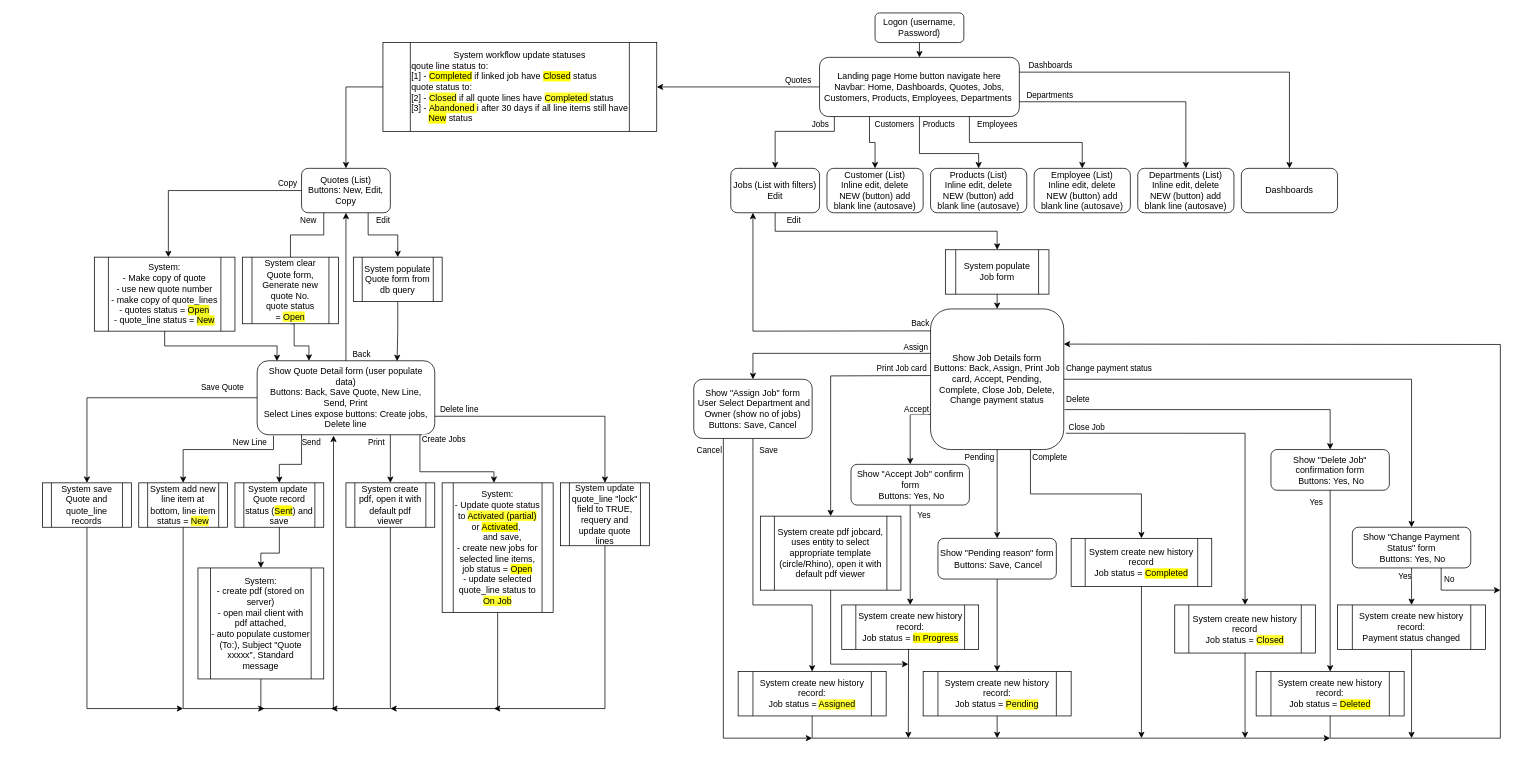
The draw.io diagram design spec/workflow.drawio in prinsloo-dev/Circle-Rhino, before the edit. Source tidied: cells renumbered, new cells numbered last; positions are measured from the earlier drawing's top-left corner, leaving out a move shared by most shapes. Both pictures are drawn from the tidied source at 74%, with x=0, y=0 at pixel (42, 13).
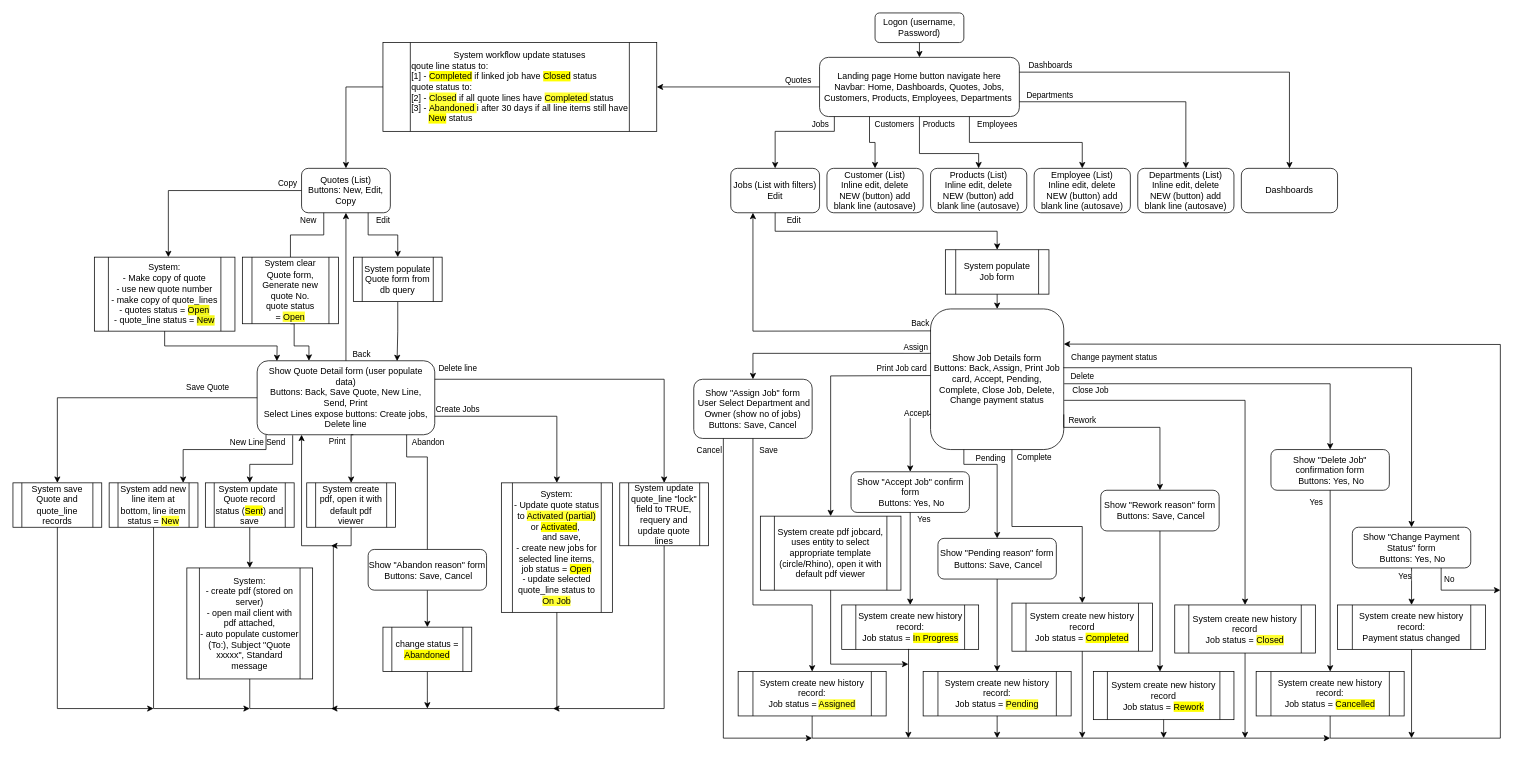
After the change.

The change refers to these unchanged cells:
```xml
<mxCell id="12" value="Show Quote Detail form (user populate data)&lt;br&gt;Buttons: Back, Save Quote, New Line, Send, Print&lt;br&gt;Select Lines expose buttons: Create jobs, Delete line" style="rounded=1;whiteSpace=wrap;html=1;" parent="1" vertex="1">
  <mxGeometry x="290" y="470" width="240" height="100" as="geometry" />
</mxCell>
<mxCell id="24" value="Show Job Details form&lt;br&gt;Buttons: Back, Assign, Print Job card,&amp;nbsp;Accept, Pending, Complete, Close Job, Delete,&lt;br&gt;Change payment status" style="rounded=1;whiteSpace=wrap;html=1;" parent="1" vertex="1">
  <mxGeometry x="1200" y="400" width="180" height="190" as="geometry" />
</mxCell>
<mxCell id="50" value="System create new history record&lt;br style=&quot;border-color: var(--border-color);&quot;&gt;Job status = &lt;span style=&quot;background-color: rgb(255, 255, 51);&quot;&gt;Closed&lt;/span&gt;" style="shape=process;whiteSpace=wrap;html=1;backgroundOutline=1;" parent="1" vertex="1">
  <mxGeometry x="1530" y="800" width="190" height="65" as="geometry" />
</mxCell>
<mxCell id="52" value="Show &quot;Pending reason&quot; form&lt;br style=&quot;border-color: var(--border-color);&quot;&gt;&amp;nbsp;Buttons: Save, Cancel" style="rounded=1;whiteSpace=wrap;html=1;" parent="1" vertex="1">
  <mxGeometry x="1210" y="710" width="160" height="55" as="geometry" />
</mxCell>
<mxCell id="112" value="Show &quot;Change Payment Status&quot; form&lt;br style=&quot;border-color: var(--border-color);&quot;&gt;&amp;nbsp;Buttons: Yes, No" style="rounded=1;whiteSpace=wrap;html=1;" parent="1" vertex="1">
  <mxGeometry x="1770" y="695" width="160" height="55" as="geometry" />
</mxCell>
<mxCell id="124" value="Show &quot;Delete Job&quot; confirmation form&lt;br style=&quot;border-color: var(--border-color);&quot;&gt;&amp;nbsp;Buttons: Yes, No" style="rounded=1;whiteSpace=wrap;html=1;" parent="1" vertex="1">
  <mxGeometry x="1660" y="590" width="160" height="55" as="geometry" />
</mxCell>
```

The edit, as a diff of the source:
```diff
@@
     <mxCell id="18" value="System save Quote and quote_line records" style="shape=process;whiteSpace=wrap;html=1;backgroundOutline=1;" parent="1" vertex="1">
-      <mxGeometry y="635" width="120" height="60" as="geometry" />
+      <mxGeometry x="-40" y="635" width="120" height="60" as="geometry" />
     </mxCell>
@@
+    <mxCell id="127" style="edgeStyle=orthogonalEdgeStyle;rounded=0;jettySize=auto;html=1;exitX=0.5;exitY=1;exitDx=0;exitDy=0;" parent="1" edge="1" source="128">
+      <mxGeometry relative="1" as="geometry">
+        <mxPoint x="520" y="940" as="targetPoint" />
+      </mxGeometry>
+    </mxCell>
     <mxCell id="31" value="System:&lt;br&gt;- Update quote status to &lt;span style=&quot;background-color: rgb(255, 255, 51);&quot;&gt;Activated (partial)&lt;/span&gt; or &lt;span style=&quot;background-color: rgb(255, 255, 0);&quot;&gt;Activated&lt;/span&gt;,&amp;nbsp;&lt;br&gt;&amp;nbsp; &amp;nbsp; and save,&lt;br&gt;- create new jobs for selected line items, job status = &lt;span style=&quot;background-color: rgb(255, 255, 0);&quot;&gt;Open&lt;/span&gt;&lt;br&gt;- update selected quote_line status to &lt;span style=&quot;background-color: rgb(255, 255, 51);&quot;&gt;On Job&lt;br&gt;&lt;/span&gt;" style="shape=process;whiteSpace=wrap;html=1;backgroundOutline=1;" parent="1" vertex="1">
-      <mxGeometry x="540" y="635" width="150" height="175" as="geometry" />
+      <mxGeometry x="620" y="635" width="150" height="175" as="geometry" />
     </mxCell>
@@
     <mxCell id="39" value="System:&lt;br&gt;- create pdf (stored on server)&lt;br&gt;- open mail client with pdf attached,&lt;br&gt;- auto populate customer (To:), Subject &quot;Quote xxxxx&quot;, Standard message" style="shape=process;whiteSpace=wrap;html=1;backgroundOutline=1;" parent="1" vertex="1">
-      <mxGeometry x="210" y="750" width="170" height="150" as="geometry" />
+      <mxGeometry x="195" y="750" width="170" height="150" as="geometry" />
     </mxCell>
     <mxCell id="40" value="System update&amp;nbsp; Quote record status (&lt;span style=&quot;background-color: rgb(255, 255, 0);&quot;&gt;Sent&lt;/span&gt;) and save" style="shape=process;whiteSpace=wrap;html=1;backgroundOutline=1;" parent="1" vertex="1">
-      <mxGeometry x="260" y="635" width="120" height="60" as="geometry" />
+      <mxGeometry x="220" y="635" width="120" height="60" as="geometry" />
     </mxCell>
-    <mxCell id="41" style="endArrow=classic;html=1;rounded=0;edgeStyle=orthogonalEdgeStyle;entryX=0.5;entryY=0;entryDx=0;entryDy=0;exitX=0.25;exitY=1;exitDx=0;exitDy=0;" parent="1" edge="1" source="12" target="40">
+    <mxCell id="41" style="endArrow=classic;html=1;rounded=0;edgeStyle=orthogonalEdgeStyle;entryX=0.5;entryY=0;entryDx=0;entryDy=0;exitX=0.2;exitY=1.007;exitDx=0;exitDy=0;exitPerimeter=0;" parent="1" edge="1" source="12" target="40">
       <mxGeometry relative="1" as="geometry">
         <Array as="points">
-          <mxPoint x="350" y="610" />
-          <mxPoint x="320" y="610" />
+          <mxPoint x="338" y="610" />
+          <mxPoint x="280" y="610" />
         </Array>
       </mxGeometry>
     </mxCell>
     <mxCell id="42" value="Send" style="edgeLabel;html=1;align=center;verticalAlign=middle;" parent="41" vertex="1">
       <mxGeometry relative="1" as="geometry">
-        <mxPoint x="20" y="-30" as="offset" />
+        <mxPoint x="-2" y="-30" as="offset" />
       </mxGeometry>
     </mxCell>
     <mxCell id="43" style="endArrow=classic;html=1;rounded=0;exitX=0.5;exitY=1;exitDx=0;exitDy=0;entryX=0.5;entryY=0;entryDx=0;entryDy=0;" parent="1" edge="1" source="40" target="39">
-      <mxGeometry relative="1" as="geometry">
-        <Array as="points">
-          <mxPoint x="320" y="730" />
-          <mxPoint x="295" y="730" />
-        </Array>
-      </mxGeometry>
+      <mxGeometry relative="1" as="geometry" />
     </mxCell>
-    <mxCell id="44" style="endArrow=classic;html=1;rounded=0;edgeStyle=orthogonalEdgeStyle;" parent="1" edge="1" target="31">
-      <mxGeometry relative="1" as="geometry">
-        <mxPoint x="510" y="570" as="sourcePoint" />
-        <Array as="points">
-          <mxPoint x="510" y="620" />
-          <mxPoint x="610" y="620" />
-        </Array>
-      </mxGeometry>
+    <mxCell id="44" style="endArrow=classic;html=1;rounded=0;edgeStyle=orthogonalEdgeStyle;entryX=0.5;entryY=0;entryDx=0;entryDy=0;exitX=1;exitY=0.75;exitDx=0;exitDy=0;" parent="1" edge="1" source="12" target="31">
+      <mxGeometry relative="1" as="geometry" />
     </mxCell>
     <mxCell id="45" value="Create Jobs" style="edgeLabel;html=1;align=center;verticalAlign=middle;" parent="44" vertex="1">
       <mxGeometry relative="1" as="geometry">
-        <mxPoint x="-2" y="-45" as="offset" />
+        <mxPoint x="-98" y="-10" as="offset" />
       </mxGeometry>
     </mxCell>
@@
     <mxCell id="47" value="System create new history record&lt;br&gt;Job status = &lt;span style=&quot;background-color: rgb(255, 255, 0);&quot;&gt;Completed&lt;/span&gt;" style="shape=process;whiteSpace=wrap;html=1;backgroundOutline=1;" parent="1" vertex="1">
-      <mxGeometry x="1390" y="710" width="190" height="65" as="geometry" />
+      <mxGeometry x="1310" y="797.5" width="190" height="65" as="geometry" />
     </mxCell>
@@
     <mxCell id="56" value="System add new line item at bottom, line item status = &lt;span style=&quot;background-color: rgb(255, 255, 51);&quot;&gt;New&lt;/span&gt;" style="shape=process;whiteSpace=wrap;html=1;backgroundOutline=1;" parent="1" vertex="1">
-      <mxGeometry x="130" y="635" width="120" height="60" as="geometry" />
+      <mxGeometry x="90" y="635" width="120" height="60" as="geometry" />
     </mxCell>
-    <mxCell id="57" style="endArrow=classic;html=1;rounded=0;edgeStyle=orthogonalEdgeStyle;exitX=0.092;exitY=1.013;exitDx=0;exitDy=0;exitPerimeter=0;" parent="1" edge="1" source="12" target="56">
+    <mxCell id="57" style="endArrow=classic;html=1;rounded=0;edgeStyle=orthogonalEdgeStyle;exitX=0.05;exitY=1;exitDx=0;exitDy=0;exitPerimeter=0;" parent="1" edge="1" source="12" target="56">
       <mxGeometry relative="1" as="geometry">
         <Array as="points">
-          <mxPoint x="312" y="590" />
+          <mxPoint x="302" y="590" />
           <mxPoint x="190" y="590" />
         </Array>
       </mxGeometry>
     </mxCell>
@@
-    <mxCell id="59" style="endArrow=classic;html=1;rounded=0;edgeStyle=orthogonalEdgeStyle;exitX=0.75;exitY=1;exitDx=0;exitDy=0;entryX=0.5;entryY=0;entryDx=0;entryDy=0;" parent="1" edge="1" source="12" target="61">
+    <mxCell id="59" style="endArrow=classic;html=1;rounded=0;edgeStyle=orthogonalEdgeStyle;entryX=0.5;entryY=0;entryDx=0;entryDy=0;" parent="1" edge="1" target="61">
       <mxGeometry relative="1" as="geometry">
+        <mxPoint x="420" y="570" as="sourcePoint" />
         <Array as="points">
-          <mxPoint x="470" y="620" />
-          <mxPoint x="470" y="620" />
+          <mxPoint x="417" y="570" />
         </Array>
       </mxGeometry>
     </mxCell>
@@
     <mxCell id="61" value="System create pdf, open it with default pdf viewer" style="shape=process;whiteSpace=wrap;html=1;backgroundOutline=1;" parent="1" vertex="1">
-      <mxGeometry x="410" y="635" width="120" height="60" as="geometry" />
+      <mxGeometry x="357" y="635" width="120" height="60" as="geometry" />
     </mxCell>
@@
-    <mxCell id="65" style="endArrow=classic;html=1;rounded=0;exitX=0.5;exitY=1;exitDx=0;exitDy=0;entryX=0.43;entryY=1.012;entryDx=0;entryDy=0;entryPerimeter=0;" parent="1" edge="1" source="39" target="12">
+    <mxCell id="65" style="endArrow=classic;html=1;rounded=0;exitX=0.5;exitY=1;exitDx=0;exitDy=0;entryX=0.25;entryY=1;entryDx=0;entryDy=0;" parent="1" edge="1" source="39" target="12">
       <mxGeometry relative="1" as="geometry">
         <Array as="points">
-          <mxPoint x="295" y="940" />
+          <mxPoint x="280" y="940" />
           <mxPoint x="393" y="940" />
+          <mxPoint x="393" y="720" />
+          <mxPoint x="350" y="720" />
         </Array>
       </mxGeometry>
     </mxCell>
     <mxCell id="66" style="endArrow=classic;html=1;rounded=0;exitX=0.5;exitY=1;exitDx=0;exitDy=0;" parent="1" edge="1" source="56">
       <mxGeometry relative="1" as="geometry">
-        <mxPoint x="300" y="940" as="targetPoint" />
+        <mxPoint x="280" y="940" as="targetPoint" />
         <Array as="points">
-          <mxPoint x="190" y="940" />
+          <mxPoint x="150" y="940" />
         </Array>
       </mxGeometry>
     </mxCell>
     <mxCell id="67" style="endArrow=classic;html=1;rounded=0;exitX=0.5;exitY=1;exitDx=0;exitDy=0;" parent="1" edge="1" source="18">
       <mxGeometry relative="1" as="geometry">
-        <mxPoint x="190" y="940" as="targetPoint" />
+        <mxPoint x="150" y="940" as="targetPoint" />
         <Array as="points">
-          <mxPoint x="60" y="940" />
+          <mxPoint x="20" y="940" />
         </Array>
       </mxGeometry>
     </mxCell>
     <mxCell id="68" style="endArrow=classic;html=1;rounded=0;exitX=0.5;exitY=1;exitDx=0;exitDy=0;" parent="1" edge="1" source="61">
       <mxGeometry relative="1" as="geometry">
-        <mxPoint x="390" y="940" as="targetPoint" />
+        <mxPoint x="390" y="720" as="targetPoint" />
         <Array as="points">
-          <mxPoint x="470" y="940" />
+          <mxPoint x="417" y="720" />
         </Array>
       </mxGeometry>
     </mxCell>
     <mxCell id="69" style="endArrow=classic;html=1;rounded=0;exitX=0.5;exitY=1;exitDx=0;exitDy=0;" parent="1" edge="1" source="31">
       <mxGeometry relative="1" as="geometry">
-        <mxPoint x="470" y="940" as="targetPoint" />
+        <mxPoint x="390" y="940" as="targetPoint" />
         <Array as="points">
-          <mxPoint x="615" y="940" />
+          <mxPoint x="695" y="940" />
         </Array>
       </mxGeometry>
     </mxCell>
     <mxCell id="70" value="System update quote_line &quot;lock&quot; field to TRUE, requery and update quote lines" style="shape=process;whiteSpace=wrap;html=1;backgroundOutline=1;" parent="1" vertex="1">
-      <mxGeometry x="700" y="635" width="120" height="85" as="geometry" />
+      <mxGeometry x="780" y="635" width="120" height="85" as="geometry" />
     </mxCell>
-    <mxCell id="71" style="endArrow=classic;html=1;rounded=0;edgeStyle=orthogonalEdgeStyle;exitX=1;exitY=0.75;exitDx=0;exitDy=0;" parent="1" edge="1" source="12" target="70">
+    <mxCell id="71" style="endArrow=classic;html=1;rounded=0;edgeStyle=orthogonalEdgeStyle;exitX=1;exitY=0.25;exitDx=0;exitDy=0;" parent="1" edge="1" source="12" target="70">
       <mxGeometry relative="1" as="geometry" />
     </mxCell>
     <mxCell id="72" value="Delete line" style="edgeLabel;html=1;align=center;verticalAlign=middle;" parent="71" vertex="1">
       <mxGeometry relative="1" as="geometry">
-        <mxPoint x="-128" y="-10" as="offset" />
+        <mxPoint x="-195" y="-15" as="offset" />
       </mxGeometry>
     </mxCell>
     <mxCell id="73" style="endArrow=classic;html=1;rounded=0;exitX=0.5;exitY=1;exitDx=0;exitDy=0;" parent="1" edge="1" source="70">
       <mxGeometry relative="1" as="geometry">
-        <mxPoint x="610" y="940" as="targetPoint" />
+        <mxPoint x="690" y="940" as="targetPoint" />
         <Array as="points">
-          <mxPoint x="760" y="940" />
+          <mxPoint x="840" y="940" />
         </Array>
       </mxGeometry>
     </mxCell>
@@
-    <mxCell id="93" style="endArrow=classic;html=1;rounded=0;edgeStyle=orthogonalEdgeStyle;exitX=0.5;exitY=1;exitDx=0;exitDy=0;" parent="1" edge="1" source="24" target="52">
-      <mxGeometry relative="1" as="geometry" />
+    <mxCell id="93" style="endArrow=classic;html=1;rounded=0;edgeStyle=orthogonalEdgeStyle;exitX=0.25;exitY=1;exitDx=0;exitDy=0;" parent="1" edge="1" source="24" target="52">
+      <mxGeometry relative="1" as="geometry">
+        <Array as="points">
+          <mxPoint x="1245" y="610" />
+          <mxPoint x="1290" y="610" />
+        </Array>
+      </mxGeometry>
     </mxCell>
     <mxCell id="94" value="Pending" style="edgeLabel;html=1;align=center;verticalAlign=middle;" parent="93" vertex="1">
       <mxGeometry relative="1" as="geometry">
-        <mxPoint x="-25" y="-50" as="offset" />
+        <mxPoint x="-10" y="-27" as="offset" />
       </mxGeometry>
     </mxCell>
@@
-    <mxCell id="96" style="endArrow=classic;html=1;rounded=0;edgeStyle=orthogonalEdgeStyle;exitX=0.75;exitY=1;exitDx=0;exitDy=0;" parent="1" edge="1" source="24" target="47">
-      <mxGeometry relative="1" as="geometry" />
+    <mxCell id="96" style="endArrow=classic;html=1;rounded=0;edgeStyle=orthogonalEdgeStyle;" parent="1" edge="1" target="47">
+      <mxGeometry relative="1" as="geometry">
+        <mxPoint x="1310" y="590" as="sourcePoint" />
+        <Array as="points">
+          <mxPoint x="1310" y="590" />
+          <mxPoint x="1310" y="694" />
+          <mxPoint x="1405" y="694" />
+        </Array>
+      </mxGeometry>
     </mxCell>
     <mxCell id="97" value="Complete" style="edgeLabel;html=1;align=center;verticalAlign=middle;" parent="96" vertex="1">
       <mxGeometry relative="1" as="geometry">
-        <mxPoint x="-50" y="-50" as="offset" />
+        <mxPoint x="-18" y="-94" as="offset" />
       </mxGeometry>
     </mxCell>
-    <mxCell id="98" style="endArrow=classic;html=1;rounded=0;edgeStyle=orthogonalEdgeStyle;exitX=1.017;exitY=0.884;exitDx=0;exitDy=0;entryX=0.5;entryY=0;entryDx=0;entryDy=0;exitPerimeter=0;" parent="1" edge="1" source="24" target="50">
+    <mxCell id="98" style="endArrow=classic;html=1;rounded=0;edgeStyle=orthogonalEdgeStyle;exitX=1.003;exitY=0.65;exitDx=0;exitDy=0;entryX=0.5;entryY=0;entryDx=0;entryDy=0;exitPerimeter=0;" parent="1" edge="1" source="24" target="50">
       <mxGeometry relative="1" as="geometry" />
     </mxCell>
     <mxCell id="99" value="Close Job" style="edgeLabel;html=1;align=center;verticalAlign=middle;" parent="98" vertex="1">
       <mxGeometry relative="1" as="geometry">
-        <mxPoint x="-210" y="-8" as="offset" />
+        <mxPoint x="-210" y="-30" as="offset" />
       </mxGeometry>
     </mxCell>
-    <mxCell id="100" value="System create new history record:&lt;br style=&quot;border-color: var(--border-color);&quot;&gt;Job status = &lt;span style=&quot;background-color: rgb(255, 255, 0);&quot;&gt;Deleted&lt;/span&gt;" style="shape=process;whiteSpace=wrap;html=1;backgroundOutline=1;" parent="1" vertex="1">
+    <mxCell id="100" value="System create new history record:&lt;br style=&quot;border-color: var(--border-color);&quot;&gt;Job status = &lt;span style=&quot;background-color: rgb(255, 255, 0);&quot;&gt;Cancelled&lt;/span&gt;" style="shape=process;whiteSpace=wrap;html=1;backgroundOutline=1;" parent="1" vertex="1">
       <mxGeometry x="1640" y="890" width="200" height="60" as="geometry" />
     </mxCell>
-    <mxCell id="101" style="endArrow=classic;html=1;rounded=0;edgeStyle=orthogonalEdgeStyle;entryX=0.5;entryY=0;entryDx=0;entryDy=0;exitX=1.006;exitY=0.716;exitDx=0;exitDy=0;exitPerimeter=0;" parent="1" edge="1" source="24" target="124">
+    <mxCell id="101" style="endArrow=classic;html=1;rounded=0;edgeStyle=orthogonalEdgeStyle;entryX=0.5;entryY=0;entryDx=0;entryDy=0;exitX=1.003;exitY=0.532;exitDx=0;exitDy=0;exitPerimeter=0;" parent="1" edge="1" source="24" target="124">
       <mxGeometry relative="1" as="geometry" />
     </mxCell>
     <mxCell id="102" value="Delete" style="edgeLabel;html=1;align=center;verticalAlign=middle;" parent="101" vertex="1">
       <mxGeometry relative="1" as="geometry">
-        <mxPoint x="-189" y="-15" as="offset" />
+        <mxPoint x="-200" y="-11" as="offset" />
       </mxGeometry>
     </mxCell>
     <mxCell id="103" style="endArrow=classic;html=1;rounded=0;exitX=0.5;exitY=1;exitDx=0;exitDy=0;" parent="1" edge="1" source="47">
       <mxGeometry relative="1" as="geometry">
-        <mxPoint x="1485" y="980" as="targetPoint" />
+        <mxPoint x="1405" y="980" as="targetPoint" />
       </mxGeometry>
     </mxCell>
@@
-    <mxCell id="114" style="endArrow=classic;html=1;rounded=0;edgeStyle=orthogonalEdgeStyle;exitX=1;exitY=0.5;exitDx=0;exitDy=0;entryX=0.5;entryY=0;entryDx=0;entryDy=0;" parent="1" edge="1" source="24" target="112">
+    <mxCell id="114" style="endArrow=classic;html=1;rounded=0;edgeStyle=orthogonalEdgeStyle;exitX=0.997;exitY=0.418;exitDx=0;exitDy=0;entryX=0.5;entryY=0;entryDx=0;entryDy=0;exitPerimeter=0;" parent="1" edge="1" source="24" target="112">
       <mxGeometry relative="1" as="geometry" />
     </mxCell>
@@
     <mxCell id="121" value="Show &quot;Accept Job&quot; confirm form&lt;br style=&quot;border-color: var(--border-color);&quot;&gt;&amp;nbsp;Buttons: Yes, No" style="rounded=1;whiteSpace=wrap;html=1;" parent="1" vertex="1">
-      <mxGeometry x="1092.5" y="610" width="160" height="55" as="geometry" />
+      <mxGeometry x="1092.5" y="620" width="160" height="55" as="geometry" />
     </mxCell>
@@
+    <mxCell id="128" value="change status = &lt;span style=&quot;background-color: rgb(255, 255, 0);&quot;&gt;Abandoned&lt;/span&gt;" style="shape=process;whiteSpace=wrap;html=1;backgroundOutline=1;" parent="1" vertex="1">
+      <mxGeometry x="460" y="830" width="120" height="60" as="geometry" />
+    </mxCell>
+    <mxCell id="129" style="endArrow=classic;html=1;rounded=0;edgeStyle=orthogonalEdgeStyle;startArrow=none;" parent="1" edge="1" source="132" target="128">
+      <mxGeometry relative="1" as="geometry" />
+    </mxCell>
+    <mxCell id="130" style="endArrow=none;html=1;rounded=0;edgeStyle=orthogonalEdgeStyle;" parent="1" edge="1" target="132">
+      <mxGeometry relative="1" as="geometry">
+        <mxPoint x="492" y="570" as="sourcePoint" />
+        <Array as="points">
+          <mxPoint x="492" y="600" />
+          <mxPoint x="520" y="600" />
+        </Array>
+      </mxGeometry>
+    </mxCell>
+    <mxCell id="131" value="Abandon" style="edgeLabel;html=1;align=center;verticalAlign=middle;" parent="130" vertex="1">
+      <mxGeometry relative="1" as="geometry">
+        <mxPoint y="-54" as="offset" />
+      </mxGeometry>
+    </mxCell>
+    <mxCell id="132" value="Show &quot;Abandon reason&quot; form&lt;br style=&quot;border-color: var(--border-color);&quot;&gt;&amp;nbsp;Buttons: Save, Cancel" style="rounded=1;whiteSpace=wrap;html=1;" parent="1" vertex="1">
+      <mxGeometry x="440" y="725" width="160" height="55" as="geometry" />
+    </mxCell>
+    <mxCell id="133" value="Show &quot;Rework reason&quot; form&lt;br style=&quot;border-color: var(--border-color);&quot;&gt;&amp;nbsp;Buttons: Save, Cancel" style="rounded=1;whiteSpace=wrap;html=1;" parent="1" vertex="1">
+      <mxGeometry x="1430" y="645" width="160" height="55" as="geometry" />
+    </mxCell>
+    <mxCell id="134" value="System create new history record&lt;br&gt;Job status = &lt;span style=&quot;background-color: rgb(255, 255, 0);&quot;&gt;Rework&lt;/span&gt;" style="shape=process;whiteSpace=wrap;html=1;backgroundOutline=1;" parent="1" vertex="1">
+      <mxGeometry x="1420" y="890" width="190" height="65" as="geometry" />
+    </mxCell>
+    <mxCell id="135" style="endArrow=classic;html=1;rounded=0;edgeStyle=orthogonalEdgeStyle;exitX=1;exitY=0.75;exitDx=0;exitDy=0;entryX=0.5;entryY=0;entryDx=0;entryDy=0;" parent="1" edge="1" source="24" target="133">
+      <mxGeometry relative="1" as="geometry">
+        <Array as="points">
+          <mxPoint x="1380" y="560" />
+          <mxPoint x="1510" y="560" />
+        </Array>
+      </mxGeometry>
+    </mxCell>
+    <mxCell id="136" value="Rework" style="edgeLabel;html=1;align=center;verticalAlign=middle;" parent="135" vertex="1">
+      <mxGeometry relative="1" as="geometry">
+        <mxPoint x="-74" y="-10" as="offset" />
+      </mxGeometry>
+    </mxCell>
+    <mxCell id="137" style="endArrow=classic;html=1;rounded=0;exitX=0.5;exitY=1;exitDx=0;exitDy=0;entryX=0.474;entryY=0;entryDx=0;entryDy=0;entryPerimeter=0;" parent="1" edge="1" source="133" target="134">
+      <mxGeometry relative="1" as="geometry" />
+    </mxCell>
+    <mxCell id="138" style="endArrow=classic;html=1;rounded=0;exitX=0.5;exitY=1;exitDx=0;exitDy=0;" parent="1" edge="1" source="134">
+      <mxGeometry relative="1" as="geometry">
+        <mxPoint x="1515" y="980" as="targetPoint" />
+      </mxGeometry>
+    </mxCell>
```
